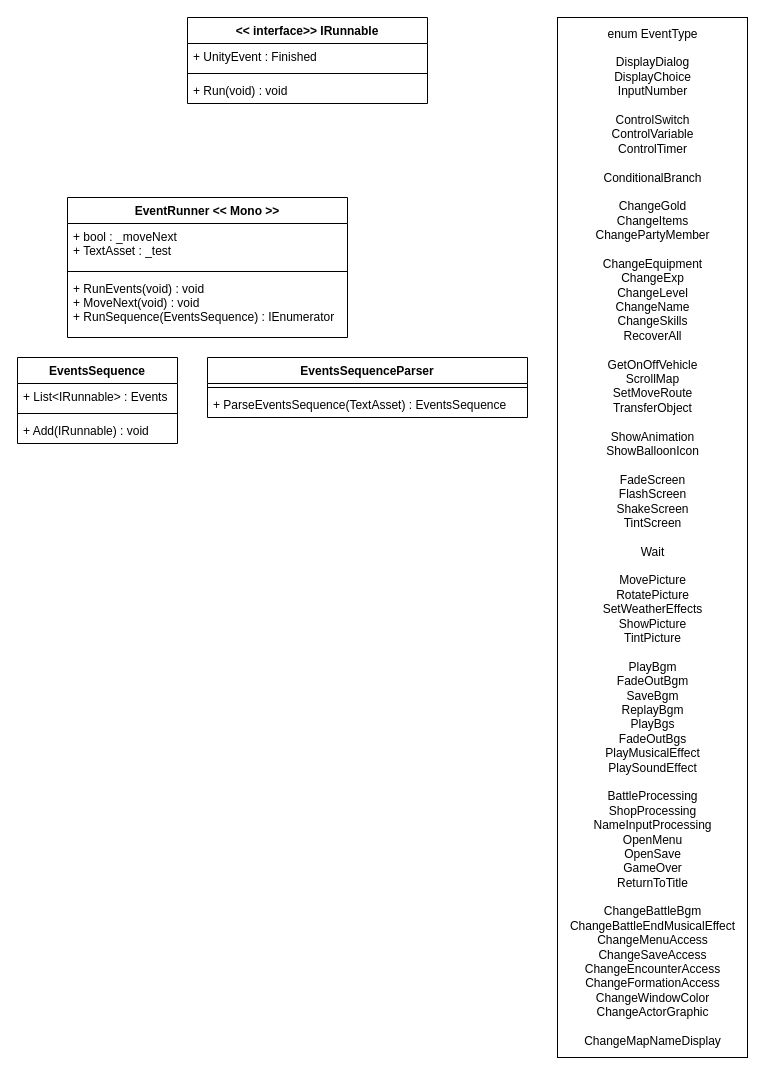
Before: page "Engine.Events" (8 of 17) of Ace_Engine.drawio in MaximeJoly96/LC_Unity, a draw.io diagram. Source tidied: cells renumbered, new cells numbered last; positions are measured from the earlier drawing's top-left corner, leaving out a move shared by most shapes. Both pictures are drawn from the tidied source at 100%, with x=0, y=0 at pixel (17, 17).
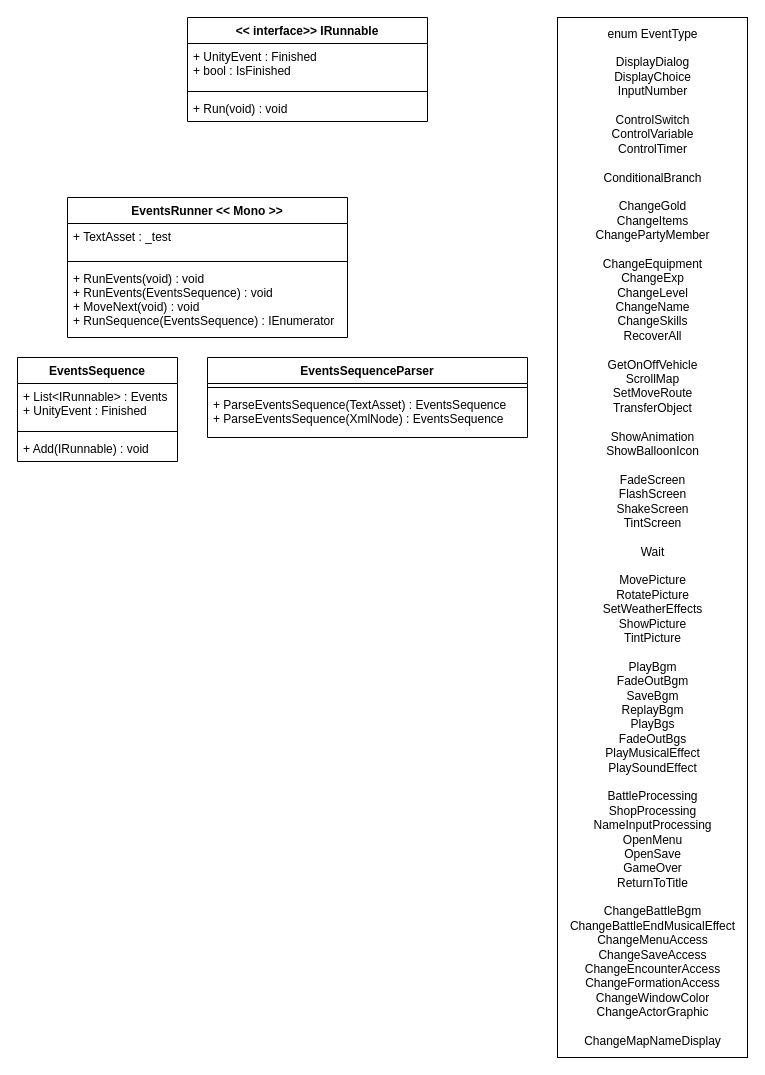
Above is the later version.

What changed in the source:
```diff
@@
 <mxGraphModel>
   <root>
     <mxCell id="0" />
     <mxCell id="1" parent="0" />
     <mxCell id="2" value="&lt;&lt; interface&gt;&gt; IRunnable" style="swimlane;fontStyle=1;align=center;verticalAlign=top;horizontal=1;startSize=26;" parent="1" vertex="1">
-      <mxGeometry x="170" width="240" height="86" as="geometry" />
+      <mxGeometry x="170" width="240" height="104" as="geometry" />
     </mxCell>
-    <mxCell id="3" value="+ UnityEvent : Finished" style="text;strokeColor=none;fillColor=none;align=left;verticalAlign=top;spacingLeft=4;spacingRight=4;overflow=hidden;" parent="2" vertex="1">
-      <mxGeometry y="26" width="240" height="26" as="geometry" />
+    <mxCell id="3" value="+ UnityEvent : Finished&#10;+ bool : IsFinished" style="text;strokeColor=none;fillColor=none;align=left;verticalAlign=top;spacingLeft=4;spacingRight=4;overflow=hidden;" parent="2" vertex="1">
+      <mxGeometry y="26" width="240" height="44" as="geometry" />
     </mxCell>
     <mxCell id="4" style="line;strokeWidth=1;fillColor=none;align=left;verticalAlign=middle;spacingTop=-1;spacingLeft=3;spacingRight=3;labelPosition=right;strokeColor=inherit;" parent="2" vertex="1">
-      <mxGeometry y="52" width="240" height="8" as="geometry" />
+      <mxGeometry y="70" width="240" height="8" as="geometry" />
     </mxCell>
     <mxCell id="5" value="+ Run(void) : void" style="text;strokeColor=none;fillColor=none;align=left;verticalAlign=top;spacingLeft=4;spacingRight=4;overflow=hidden;" parent="2" vertex="1">
-      <mxGeometry y="60" width="240" height="26" as="geometry" />
+      <mxGeometry y="78" width="240" height="26" as="geometry" />
     </mxCell>
     <mxCell id="6" value="enum EventType&lt;br&gt;&lt;br&gt;DisplayDialog&lt;br&gt;DisplayChoice&lt;br&gt;InputNumber&lt;br&gt;&lt;br&gt;ControlSwitch&lt;br&gt;ControlVariable&lt;br&gt;ControlTimer&lt;br&gt;&lt;br&gt;ConditionalBranch&lt;br&gt;&lt;br&gt;ChangeGold&lt;br&gt;ChangeItems&lt;br&gt;ChangePartyMember&lt;br&gt;&lt;br&gt;ChangeEquipment&lt;br&gt;ChangeExp&lt;br&gt;ChangeLevel&lt;br&gt;ChangeName&lt;br&gt;ChangeSkills&lt;br&gt;RecoverAll&lt;br&gt;&lt;br&gt;GetOnOffVehicle&lt;br&gt;ScrollMap&lt;br&gt;SetMoveRoute&lt;br&gt;TransferObject&lt;br&gt;&lt;br&gt;ShowAnimation&lt;br&gt;ShowBalloonIcon&lt;br&gt;&lt;br&gt;FadeScreen&lt;br&gt;FlashScreen&lt;br&gt;ShakeScreen&lt;br&gt;TintScreen&lt;br&gt;&lt;br&gt;Wait&lt;br&gt;&lt;br&gt;MovePicture&lt;br&gt;RotatePicture&lt;br&gt;SetWeatherEffects&lt;br&gt;ShowPicture&lt;br&gt;TintPicture&lt;br&gt;&lt;br&gt;PlayBgm&lt;br&gt;FadeOutBgm&lt;br&gt;SaveBgm&lt;br&gt;ReplayBgm&lt;br&gt;PlayBgs&lt;br&gt;FadeOutBgs&lt;br&gt;PlayMusicalEffect&lt;br&gt;PlaySoundEffect&lt;br&gt;&lt;br&gt;BattleProcessing&lt;br&gt;ShopProcessing&lt;br&gt;NameInputProcessing&lt;br&gt;OpenMenu&lt;br&gt;OpenSave&lt;br&gt;GameOver&lt;br&gt;ReturnToTitle&lt;br&gt;&lt;br&gt;ChangeBattleBgm&lt;br&gt;ChangeBattleEndMusicalEffect&lt;br&gt;ChangeMenuAccess&lt;br&gt;ChangeSaveAccess&lt;br&gt;ChangeEncounterAccess&lt;br&gt;ChangeFormationAccess&lt;br&gt;ChangeWindowColor&lt;br&gt;ChangeActorGraphic&lt;br&gt;&lt;br&gt;ChangeMapNameDisplay" style="html=1;" parent="1" vertex="1">
       <mxGeometry x="540" width="190" height="1040" as="geometry" />
     </mxCell>
-    <mxCell id="7" value="EventRunner &lt;&lt; Mono &gt;&gt;" style="swimlane;fontStyle=1;align=center;verticalAlign=top;horizontal=1;startSize=26;" parent="1" vertex="1">
+    <mxCell id="7" value="EventsRunner &lt;&lt; Mono &gt;&gt;" style="swimlane;fontStyle=1;align=center;verticalAlign=top;horizontal=1;startSize=26;" parent="1" vertex="1">
       <mxGeometry x="50" y="180" width="280" height="140" as="geometry" />
     </mxCell>
-    <mxCell id="8" value="+ bool : _moveNext&#10;+ TextAsset : _test" style="text;strokeColor=none;fillColor=none;align=left;verticalAlign=top;spacingLeft=4;spacingRight=4;overflow=hidden;" parent="7" vertex="1">
-      <mxGeometry y="26" width="280" height="44" as="geometry" />
+    <mxCell id="8" value="+ TextAsset : _test" style="text;strokeColor=none;fillColor=none;align=left;verticalAlign=top;spacingLeft=4;spacingRight=4;overflow=hidden;" parent="7" vertex="1">
+      <mxGeometry y="26" width="280" height="34" as="geometry" />
     </mxCell>
     <mxCell id="9" style="line;strokeWidth=1;fillColor=none;align=left;verticalAlign=middle;spacingTop=-1;spacingLeft=3;spacingRight=3;labelPosition=right;strokeColor=inherit;" parent="7" vertex="1">
-      <mxGeometry y="70" width="280" height="8" as="geometry" />
+      <mxGeometry y="60" width="280" height="8" as="geometry" />
     </mxCell>
-    <mxCell id="10" value="+ RunEvents(void) : void&#10;+ MoveNext(void) : void&#10;+ RunSequence(EventsSequence) : IEnumerator" style="text;strokeColor=none;fillColor=none;align=left;verticalAlign=top;spacingLeft=4;spacingRight=4;overflow=hidden;" parent="7" vertex="1">
-      <mxGeometry y="78" width="280" height="62" as="geometry" />
+    <mxCell id="10" value="+ RunEvents(void) : void&#10;+ RunEvents(EventsSequence) : void&#10;+ MoveNext(void) : void&#10;+ RunSequence(EventsSequence) : IEnumerator" style="text;strokeColor=none;fillColor=none;align=left;verticalAlign=top;spacingLeft=4;spacingRight=4;overflow=hidden;" parent="7" vertex="1">
+      <mxGeometry y="68" width="280" height="72" as="geometry" />
     </mxCell>
     <mxCell id="11" value="EventsSequence" style="swimlane;fontStyle=1;align=center;verticalAlign=top;horizontal=1;startSize=26;" parent="1" vertex="1">
-      <mxGeometry y="340" width="160" height="86" as="geometry" />
+      <mxGeometry y="340" width="160" height="104" as="geometry" />
     </mxCell>
-    <mxCell id="12" value="+ List&lt;IRunnable&gt; : Events" style="text;strokeColor=none;fillColor=none;align=left;verticalAlign=top;spacingLeft=4;spacingRight=4;overflow=hidden;" parent="11" vertex="1">
-      <mxGeometry y="26" width="160" height="26" as="geometry" />
+    <mxCell id="12" value="+ List&lt;IRunnable&gt; : Events&#10;+ UnityEvent : Finished" style="text;strokeColor=none;fillColor=none;align=left;verticalAlign=top;spacingLeft=4;spacingRight=4;overflow=hidden;" parent="11" vertex="1">
+      <mxGeometry y="26" width="160" height="44" as="geometry" />
     </mxCell>
     <mxCell id="13" style="line;strokeWidth=1;fillColor=none;align=left;verticalAlign=middle;spacingTop=-1;spacingLeft=3;spacingRight=3;labelPosition=right;strokeColor=inherit;" parent="11" vertex="1">
-      <mxGeometry y="52" width="160" height="8" as="geometry" />
+      <mxGeometry y="70" width="160" height="8" as="geometry" />
     </mxCell>
     <mxCell id="14" value="+ Add(IRunnable) : void" style="text;strokeColor=none;fillColor=none;align=left;verticalAlign=top;spacingLeft=4;spacingRight=4;overflow=hidden;" parent="11" vertex="1">
-      <mxGeometry y="60" width="160" height="26" as="geometry" />
+      <mxGeometry y="78" width="160" height="26" as="geometry" />
     </mxCell>
     <mxCell id="15" value="EventsSequenceParser" style="swimlane;fontStyle=1;align=center;verticalAlign=top;horizontal=1;startSize=26;" parent="1" vertex="1">
-      <mxGeometry x="190" y="340" width="320" height="60" as="geometry" />
+      <mxGeometry x="190" y="340" width="320" height="80" as="geometry" />
     </mxCell>
     <mxCell id="16" style="line;strokeWidth=1;fillColor=none;align=left;verticalAlign=middle;spacingTop=-1;spacingLeft=3;spacingRight=3;labelPosition=right;strokeColor=inherit;" parent="15" vertex="1">
       <mxGeometry y="26" width="320" height="8" as="geometry" />
     </mxCell>
-    <mxCell id="17" value="+ ParseEventsSequence(TextAsset) : EventsSequence" style="text;strokeColor=none;fillColor=none;align=left;verticalAlign=top;spacingLeft=4;spacingRight=4;overflow=hidden;" parent="15" vertex="1">
-      <mxGeometry y="34" width="320" height="26" as="geometry" />
+    <mxCell id="17" value="+ ParseEventsSequence(TextAsset) : EventsSequence&#10;+ ParseEventsSequence(XmlNode) : EventsSequence" style="text;strokeColor=none;fillColor=none;align=left;verticalAlign=top;spacingLeft=4;spacingRight=4;overflow=hidden;" parent="15" vertex="1">
+      <mxGeometry y="34" width="320" height="46" as="geometry" />
     </mxCell>
   </root>
 </mxGraphModel>
```
